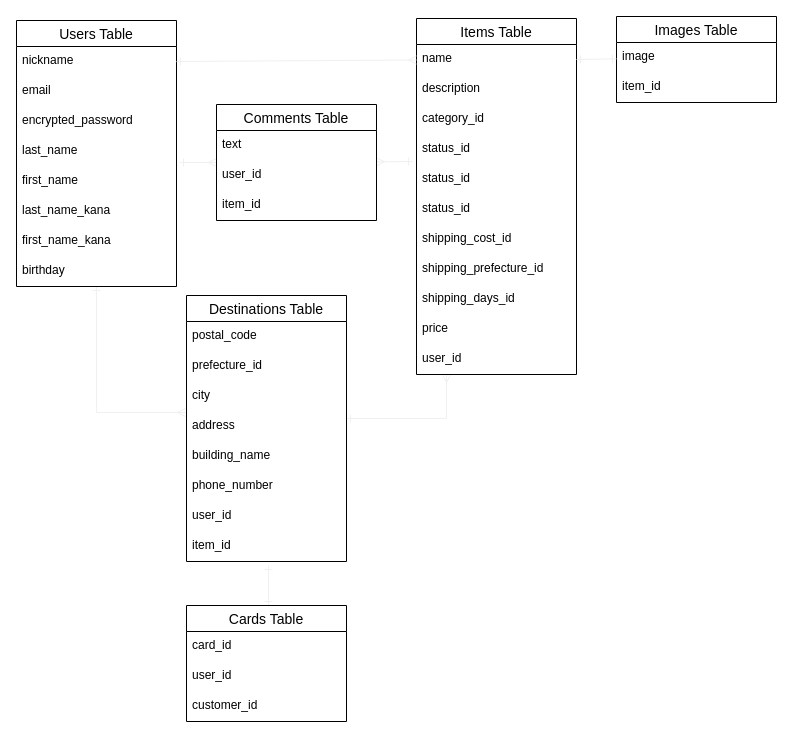
This is ER.dio from mika21m/furima-37161, a draw.io file, before an edit. Source tidied: cells renumbered, new cells numbered last; positions are measured from the earlier drawing's top-left corner, leaving out a move shared by most shapes. Both pictures are drawn from the tidied source at 100%, with x=0, y=0 at pixel (16, 16).
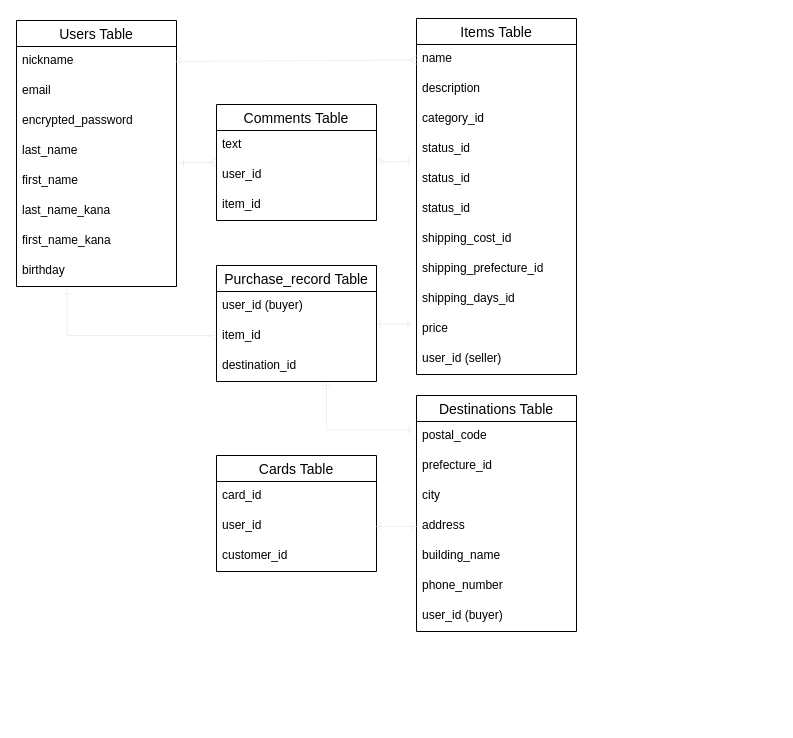
The same diagram, later.

Commit message (it also covers changes not shown here):
データベース設計修正

The change refers to these unchanged cells:
```xml
<mxCell id="3" value="Users Table" style="swimlane;fontStyle=0;horizontal=1;startSize=26;align=center;fontSize=14;" parent="1" vertex="1">
  <mxGeometry y="4" width="160" height="266" as="geometry" />
</mxCell>
<mxCell id="11" value="birthday&#10;" style="text;strokeColor=none;fillColor=none;spacingLeft=4;spacingRight=4;overflow=hidden;points=[[0,0.5],[1,0.5]];portConstraint=eastwest;fontSize=12;" parent="3" vertex="1">
  <mxGeometry y="236" width="160" height="30" as="geometry" />
</mxCell>
<mxCell id="13" value="Items Table" style="swimlane;fontStyle=0;horizontal=1;startSize=26;align=center;fontSize=14;" parent="1" vertex="1">
  <mxGeometry x="400" y="2" width="160" height="356" as="geometry" />
</mxCell>
<mxCell id="14" value="name" style="text;strokeColor=none;fillColor=none;spacingLeft=4;spacingRight=4;overflow=hidden;points=[[0,0.5],[1,0.5]];portConstraint=eastwest;fontSize=12;" parent="13" vertex="1">
  <mxGeometry y="26" width="160" height="30" as="geometry" />
</mxCell>
<mxCell id="23" value="price" style="text;strokeColor=none;fillColor=none;spacingLeft=4;spacingRight=4;overflow=hidden;points=[[0,0.5],[1,0.5]];portConstraint=eastwest;fontSize=12;" parent="13" vertex="1">
  <mxGeometry y="296" width="160" height="30" as="geometry" />
</mxCell>
<mxCell id="32" value="postal_code" style="text;strokeColor=none;fillColor=none;spacingLeft=4;spacingRight=4;overflow=hidden;points=[[0,0.5],[1,0.5]];portConstraint=eastwest;fontSize=12;" parent="31" vertex="1">
  <mxGeometry y="26" width="160" height="30" as="geometry" />
</mxCell>
<mxCell id="35" value="address" style="text;strokeColor=none;fillColor=none;spacingLeft=4;spacingRight=4;overflow=hidden;points=[[0,0.5],[1,0.5]];portConstraint=eastwest;fontSize=12;" parent="31" vertex="1">
  <mxGeometry y="116" width="160" height="30" as="geometry" />
</mxCell>
<mxCell id="46" value="user_id" style="text;strokeColor=none;fillColor=none;spacingLeft=4;spacingRight=4;overflow=hidden;points=[[0,0.5],[1,0.5]];portConstraint=eastwest;fontSize=12;" parent="44" vertex="1">
  <mxGeometry y="56" width="160" height="30" as="geometry" />
</mxCell>
```

The edit, as a diff of the source:
```diff
@@
-    <mxCell id="2" style="edgeStyle=elbowEdgeStyle;rounded=0;jettySize=auto;html=1;entryX=-0.006;entryY=0.033;entryDx=0;entryDy=0;entryPerimeter=0;shadow=0;startArrow=ERone;startFill=0;endArrow=ERmany;endFill=0;strokeColor=#f0f0f0;elbow=vertical;" parent="1" edge="1" source="3" target="35">
-      <mxGeometry relative="1" as="geometry">
-        <Array as="points">
-          <mxPoint x="80" y="396" />
-        </Array>
-      </mxGeometry>
-    </mxCell>
@@
-    <mxCell id="12" style="edgeStyle=elbowEdgeStyle;rounded=0;jettySize=auto;html=1;entryX=1;entryY=0.233;entryDx=0;entryDy=0;entryPerimeter=0;shadow=0;startArrow=ERmany;startFill=0;endArrow=ERone;endFill=0;strokeColor=#f0f0f0;" parent="1" edge="1" source="24" target="35">
-      <mxGeometry relative="1" as="geometry">
-        <Array as="points">
-          <mxPoint x="430" y="419" />
-          <mxPoint x="430" y="419" />
-        </Array>
-      </mxGeometry>
-    </mxCell>
@@
-    <mxCell id="24" value="user_id" style="text;strokeColor=none;fillColor=none;spacingLeft=4;spacingRight=4;overflow=hidden;points=[[0,0.5],[1,0.5]];portConstraint=eastwest;fontSize=12;" parent="13" vertex="1">
+    <mxCell id="24" value="user_id (seller)" style="text;strokeColor=none;fillColor=none;spacingLeft=4;spacingRight=4;overflow=hidden;points=[[0,0.5],[1,0.5]];portConstraint=eastwest;fontSize=12;" parent="13" vertex="1">
       <mxGeometry y="326" width="160" height="30" as="geometry" />
     </mxCell>
@@
     <mxCell id="31" value="Destinations Table" style="swimlane;fontStyle=0;horizontal=1;startSize=26;align=center;fontSize=14;" parent="1" vertex="1">
-      <mxGeometry x="170" y="279" width="160" height="266" as="geometry" />
+      <mxGeometry x="400" y="379" width="160" height="236" as="geometry" />
     </mxCell>
@@
-    <mxCell id="38" value="user_id" style="text;strokeColor=none;fillColor=none;spacingLeft=4;spacingRight=4;overflow=hidden;fontSize=12;" parent="31" vertex="1">
-      <mxGeometry y="206" width="160" height="30" as="geometry" />
-    </mxCell>
-    <mxCell id="39" value="item_id" style="text;strokeColor=none;fillColor=none;spacingLeft=4;spacingRight=4;overflow=hidden;fontSize=12;" parent="31" vertex="1">
-      <mxGeometry y="236" width="160" height="30" as="geometry" />
-    </mxCell>
-    <mxCell id="40" value="Images Table" style="swimlane;fontStyle=0;horizontal=1;startSize=26;align=center;fontSize=14;" parent="1" vertex="1">
-      <mxGeometry x="600" width="160" height="86" as="geometry" />
-    </mxCell>
-    <mxCell id="41" value="image&#10;" style="text;strokeColor=none;fillColor=none;spacingLeft=4;spacingRight=4;overflow=hidden;points=[[0,0.5],[1,0.5]];portConstraint=eastwest;fontSize=12;" parent="40" vertex="1">
-      <mxGeometry y="26" width="160" height="30" as="geometry" />
-    </mxCell>
-    <mxCell id="42" value="item_id" style="text;strokeColor=none;fillColor=none;spacingLeft=4;spacingRight=4;overflow=hidden;fontSize=12;" parent="40" vertex="1">
-      <mxGeometry y="56" width="160" height="30" as="geometry" />
-    </mxCell>
-    <mxCell id="43" style="edgeStyle=elbowEdgeStyle;rounded=0;jettySize=auto;html=1;shadow=0;startArrow=ERone;startFill=0;endArrow=ERone;endFill=0;strokeColor=#f0f0f0;" parent="1" edge="1" source="44">
-      <mxGeometry relative="1" as="geometry">
-        <mxPoint x="252" y="549" as="targetPoint" />
-      </mxGeometry>
-    </mxCell>
+    <mxCell id="50" value="user_id (buyer)" style="text;strokeColor=none;fillColor=none;spacingLeft=4;spacingRight=4;overflow=hidden;fontSize=12;" parent="31" vertex="1">
+      <mxGeometry y="206" width="160" height="30" as="geometry" />
+    </mxCell>
     <mxCell id="44" value="Cards Table" style="swimlane;fontStyle=0;horizontal=1;startSize=26;align=center;fontSize=14;" parent="1" vertex="1">
-      <mxGeometry x="170" y="589" width="160" height="116" as="geometry" />
+      <mxGeometry x="200" y="439" width="160" height="116" as="geometry" />
     </mxCell>
@@
-    <mxCell id="49" style="edgeStyle=none;rounded=0;jettySize=auto;html=1;entryX=1;entryY=0.5;entryDx=0;entryDy=0;shadow=0;startArrow=ERone;startFill=0;endArrow=ERone;endFill=0;strokeColor=#f0f0f0;" parent="1" edge="1" source="41" target="14">
-      <mxGeometry relative="1" as="geometry" />
-    </mxCell>
+    <mxCell id="51" style="edgeStyle=none;rounded=0;jettySize=auto;html=1;shadow=0;startArrow=ERone;startFill=0;endArrow=ERone;endFill=0;strokeColor=#f0f0f0;entryX=-0.028;entryY=0.317;entryDx=0;entryDy=0;entryPerimeter=0;" parent="1" edge="1" source="54" target="23">
+      <mxGeometry relative="1" as="geometry" />
+    </mxCell>
+    <mxCell id="52" style="edgeStyle=orthogonalEdgeStyle;rounded=0;jettySize=auto;html=1;shadow=0;startArrow=ERmany;startFill=0;endArrow=ERone;endFill=0;strokeColor=#f0f0f0;entryX=0.316;entryY=1.111;entryDx=0;entryDy=0;entryPerimeter=0;" parent="1" edge="1" source="54" target="11">
+      <mxGeometry relative="1" as="geometry">
+        <Array as="points">
+          <mxPoint x="51" y="319" />
+        </Array>
+      </mxGeometry>
+    </mxCell>
+    <mxCell id="53" style="edgeStyle=orthogonalEdgeStyle;rounded=0;jettySize=auto;html=1;entryX=-0.023;entryY=0.278;entryDx=0;entryDy=0;entryPerimeter=0;shadow=0;startArrow=ERone;startFill=0;endArrow=ERone;endFill=0;strokeColor=#f0f0f0;" parent="1" edge="1" source="54" target="32">
+      <mxGeometry relative="1" as="geometry">
+        <Array as="points">
+          <mxPoint x="310" y="413" />
+        </Array>
+      </mxGeometry>
+    </mxCell>
+    <mxCell id="54" value="Purchase_record Table" style="swimlane;fontStyle=0;horizontal=1;startSize=26;align=center;fontSize=14;" parent="1" vertex="1">
+      <mxGeometry x="200" y="249" width="160" height="116" as="geometry" />
+    </mxCell>
+    <mxCell id="55" value="user_id (buyer)" style="text;strokeColor=none;fillColor=none;spacingLeft=4;spacingRight=4;overflow=hidden;fontSize=12;" parent="54" vertex="1">
+      <mxGeometry y="26" width="160" height="30" as="geometry" />
+    </mxCell>
+    <mxCell id="56" value="item_id&#10;" style="text;strokeColor=none;fillColor=none;spacingLeft=4;spacingRight=4;overflow=hidden;fontSize=12;" parent="54" vertex="1">
+      <mxGeometry y="56" width="160" height="30" as="geometry" />
+    </mxCell>
+    <mxCell id="57" value="destination_id" style="text;strokeColor=none;fillColor=none;spacingLeft=4;spacingRight=4;overflow=hidden;fontSize=12;" parent="54" vertex="1">
+      <mxGeometry y="86" width="160" height="30" as="geometry" />
+    </mxCell>
+    <mxCell id="58" style="edgeStyle=orthogonalEdgeStyle;rounded=0;jettySize=auto;html=1;entryX=0;entryY=0.5;entryDx=0;entryDy=0;shadow=0;startArrow=ERone;startFill=0;endArrow=ERone;endFill=0;strokeColor=#f0f0f0;" parent="1" edge="1" source="46" target="35">
+      <mxGeometry relative="1" as="geometry" />
+    </mxCell>
```
